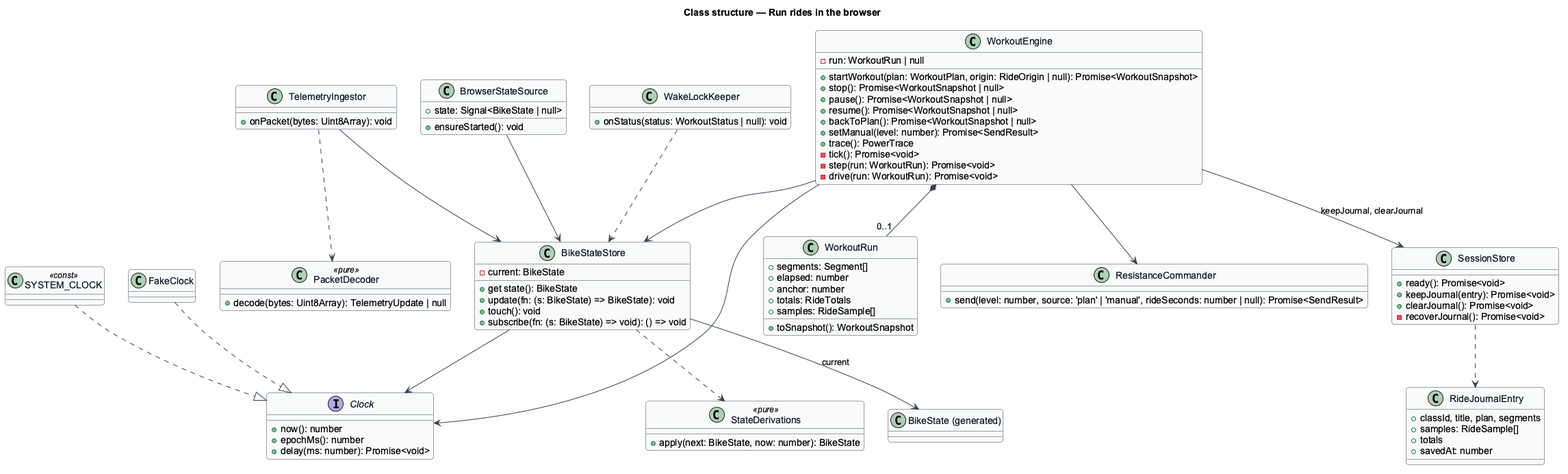
This is docs/detailed-designs/browser-edition/run-rides-in-browser/diagrams/class-structure.png from QuinntyneBrown/ride-one, a PlantUML export, as it was before one commit.
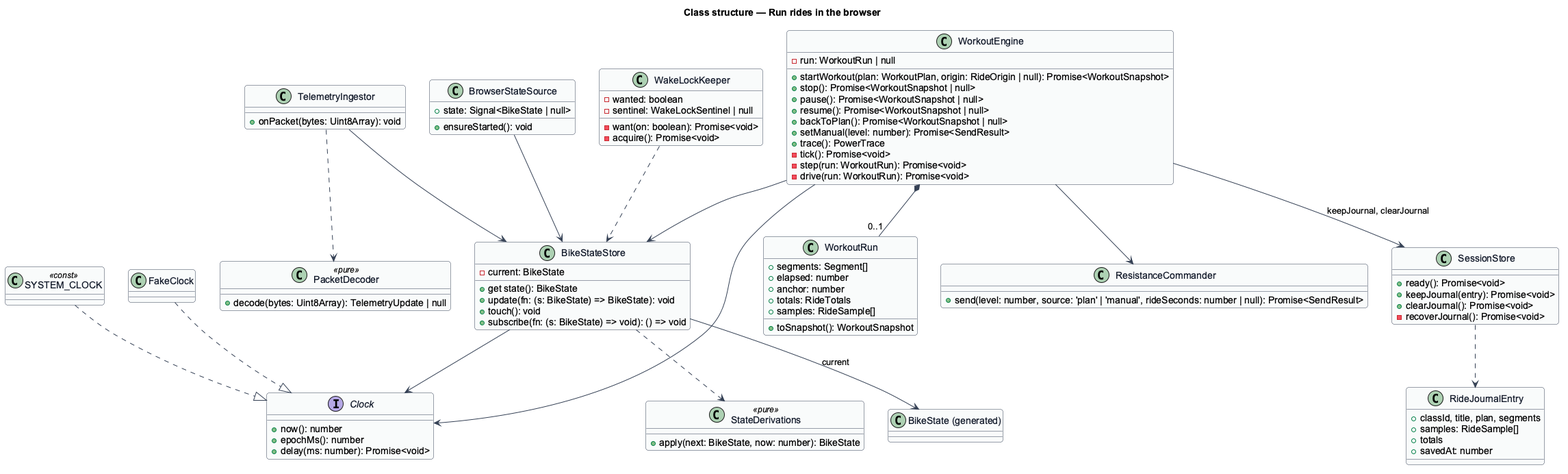
Above is the later version.

Change to the diagram source:
```diff
@@ -75,7 +75,10 @@
   -recoverJournal(): Promise<void>
 }
 class WakeLockKeeper {
-  +onStatus(status: WorkoutStatus | null): void
+  -wanted: boolean
+  -sentinel: WakeLockSentinel | null
+  -want(on: boolean): Promise<void>
+  -acquire(): Promise<void>
 }
 class "BikeState (generated)" as BikeState
 
```
